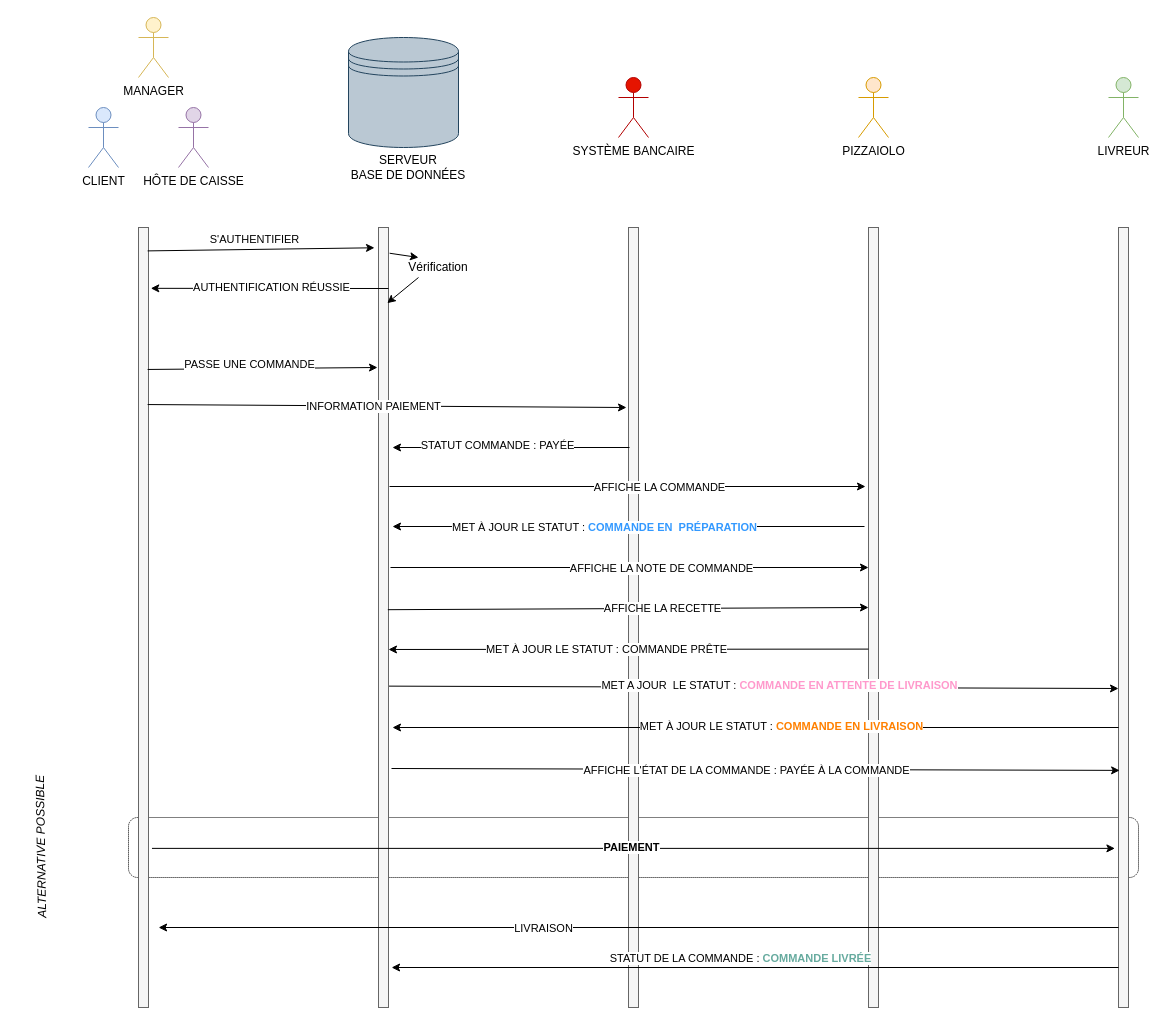
OMorlotti/P4-analyser-les-besoin-de-mon-client-pour-son-groupe-de-pizzerias keeps this draw.io diagram as Client/Modif/Untitled Diagram.drawio. Above is the earlier version. Source tidied: cells renumbered, new cells numbered last; positions are measured from the earlier drawing's top-left corner, leaving out a move shared by most shapes. Both pictures are drawn from the tidied source at 100%, with x=0, y=0 at pixel (-47, 17).
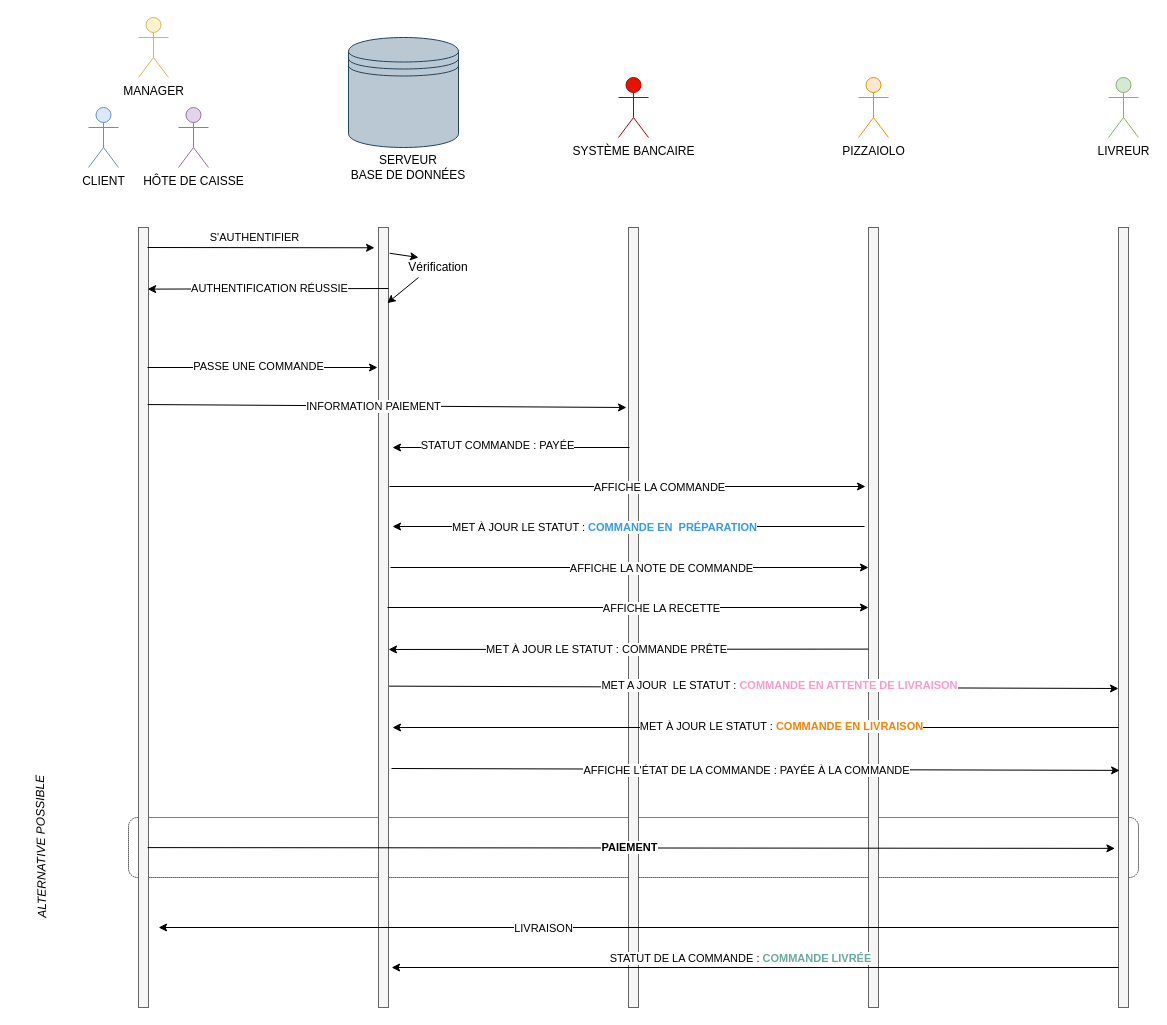
After the change.

The change refers to these unchanged cells:
```xml
<mxCell id="6" style="rounded=0;whiteSpace=wrap;html=1;fillColor=#f5f5f5;strokeColor=#666666;fontColor=#333333;" parent="1" vertex="1">
  <mxGeometry x="185" y="210" width="10" height="780" as="geometry" />
</mxCell>
<mxCell id="7" style="rounded=0;whiteSpace=wrap;html=1;fillColor=#f5f5f5;strokeColor=#666666;fontColor=#333333;" parent="1" vertex="1">
  <mxGeometry x="425" y="210" width="10" height="780" as="geometry" />
</mxCell>
<mxCell id="15" style="rounded=0;whiteSpace=wrap;html=1;fillColor=#f5f5f5;strokeColor=#666666;fontColor=#333333;" parent="1" vertex="1">
  <mxGeometry x="1165" y="210" width="10" height="780" as="geometry" />
</mxCell>
```

The edit, as a diff of the source:
```diff
@@
-    <mxCell id="16" style="endArrow=classic;html=1;exitX=0.914;exitY=0.03;exitDx=0;exitDy=0;exitPerimeter=0;entryX=-0.4;entryY=0.026;entryDx=0;entryDy=0;entryPerimeter=0;" parent="1" edge="1" source="6" target="7">
-      <mxGeometry relative="1" as="geometry" />
+    <mxCell id="16" style="endArrow=classic;html=1;entryX=-0.4;entryY=0.026;entryDx=0;entryDy=0;entryPerimeter=0;" parent="1" edge="1" target="7">
+      <mxGeometry relative="1" as="geometry">
+        <mxPoint x="194" y="230" as="sourcePoint" />
+      </mxGeometry>
     </mxCell>
@@
-    <mxCell id="18" style="endArrow=classic;html=1;entryX=1.229;entryY=0.078;entryDx=0;entryDy=0;entryPerimeter=0;" parent="1" edge="1" target="6">
+    <mxCell id="18" style="endArrow=classic;html=1;entryX=0.914;entryY=0.079;entryDx=0;entryDy=0;entryPerimeter=0;" parent="1" edge="1" target="6">
       <mxGeometry relative="1" as="geometry">
         <mxPoint x="435" y="271" as="sourcePoint" />
       </mxGeometry>
     </mxCell>
@@
-    <mxCell id="23" style="endArrow=classic;html=1;exitX=0.914;exitY=0.182;exitDx=0;exitDy=0;exitPerimeter=0;" parent="1" edge="1" source="6">
+    <mxCell id="23" style="endArrow=classic;html=1;" parent="1" edge="1">
       <mxGeometry relative="1" as="geometry">
+        <mxPoint x="194" y="350" as="sourcePoint" />
         <mxPoint x="424" y="350" as="targetPoint" />
       </mxGeometry>
     </mxCell>
     <mxCell id="24" value="PASSE UNE COMMANDE" style="edgeLabel;html=1;align=center;verticalAlign=middle;" parent="23" vertex="1">
-      <mxGeometry x="-0.12" y="5" relative="1" as="geometry" />
+      <mxGeometry x="-0.12" y="5" relative="1" as="geometry">
+        <mxPoint x="9.5" y="3.9" as="offset" />
+      </mxGeometry>
     </mxCell>
@@
-    <mxCell id="37" style="endArrow=classic;html=1;exitX=0.935;exitY=0.49;exitDx=0;exitDy=0;exitPerimeter=0;entryX=-0.535;entryY=0.433;entryDx=0;entryDy=0;entryPerimeter=0;" parent="1" edge="1" source="7">
+    <mxCell id="37" style="endArrow=classic;html=1;entryX=-0.535;entryY=0.433;entryDx=0;entryDy=0;entryPerimeter=0;" parent="1" edge="1">
       <mxGeometry relative="1" as="geometry">
+        <mxPoint x="434" y="590" as="sourcePoint" />
         <mxPoint x="915" y="590" as="targetPoint" />
       </mxGeometry>
     </mxCell>
@@
-    <mxCell id="46" style="endArrow=classic;html=1;entryX=-0.359;entryY=0.796;entryDx=0;entryDy=0;entryPerimeter=0;exitX=1.347;exitY=0.796;exitDx=0;exitDy=0;exitPerimeter=0;" parent="1" edge="1" source="6" target="15">
+    <mxCell id="46" style="endArrow=classic;html=1;entryX=-0.359;entryY=0.796;entryDx=0;entryDy=0;entryPerimeter=0;exitX=0.914;exitY=0.795;exitDx=0;exitDy=0;exitPerimeter=0;" parent="1" edge="1" source="6" target="15">
       <mxGeometry relative="1" as="geometry" />
     </mxCell>
```
